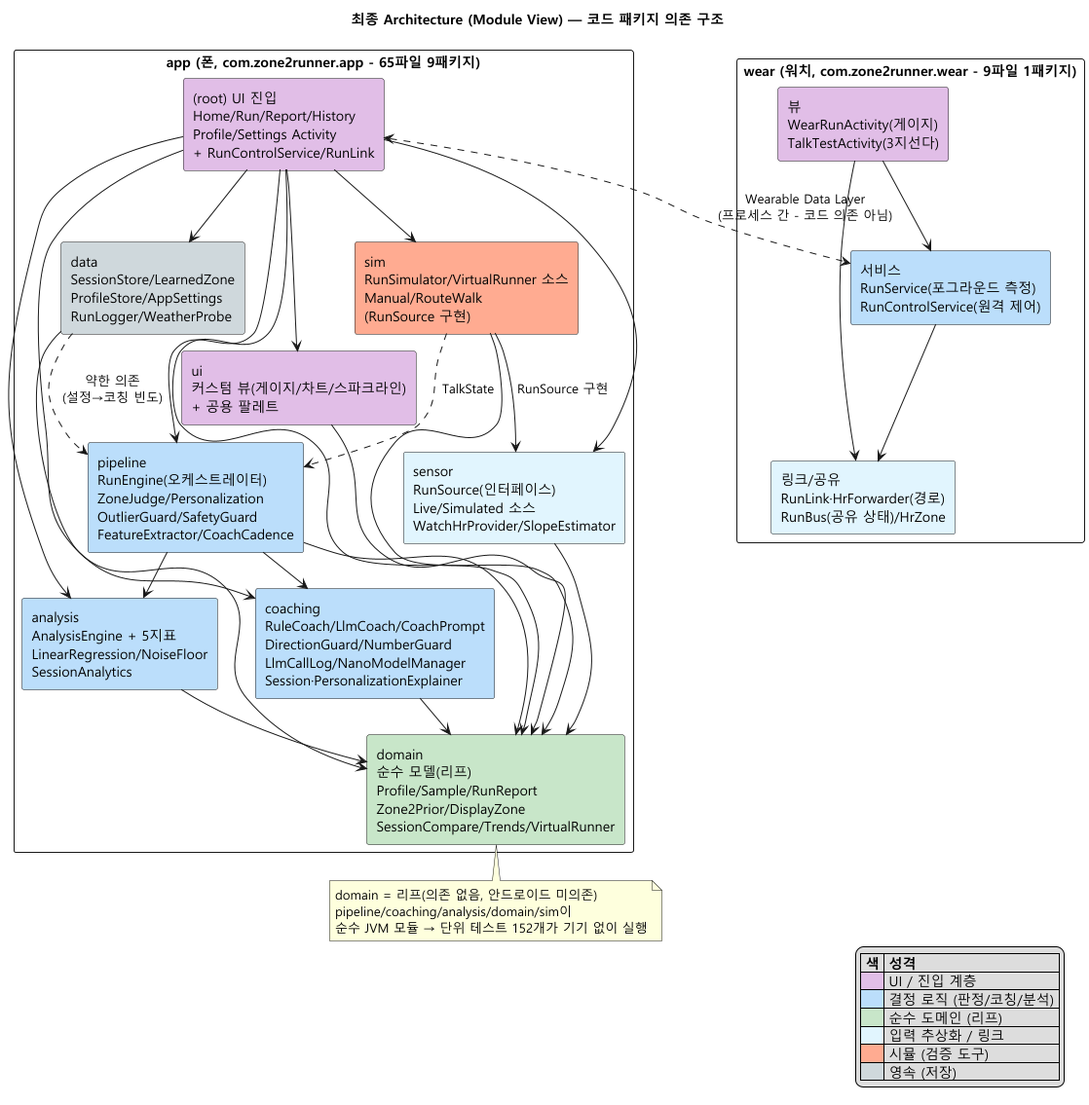
Above: arch/diagrams/04-module-view.png in tenyearslove/zone2runner (PlantUML), before the change.
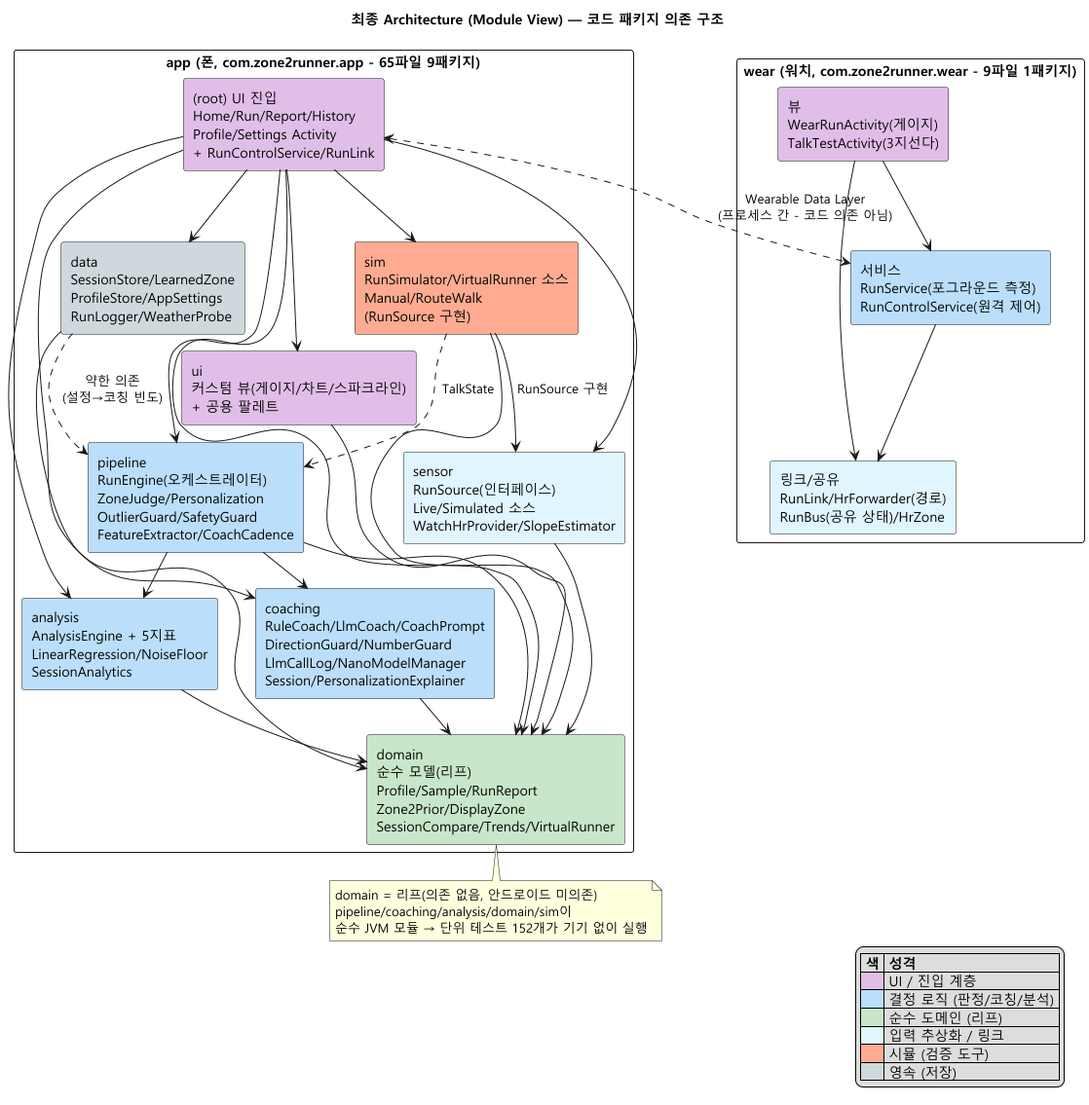
The same file after the commit.

What changed in the source:
```diff
@@ -11,7 +11,7 @@
   component "(root) UI 진입\nHome/Run/Report/History\nProfile/Settings Activity\n+ RunControlService/RunLink" as ROOT #E1BEE7
   component "ui\n커스텀 뷰(게이지/차트/스파크라인)\n+ 공용 팔레트" as UI #E1BEE7
   component "pipeline\nRunEngine(오케스트레이터)\nZoneJudge/Personalization\nOutlierGuard/SafetyGuard\nFeatureExtractor/CoachCadence" as PIPE #BBDEFB
-  component "coaching\nRuleCoach/LlmCoach/CoachPrompt\nDirectionGuard/NumberGuard\nLlmCallLog/NanoModelManager\nSession·PersonalizationExplainer" as COACH #BBDEFB
+  component "coaching\nRuleCoach/LlmCoach/CoachPrompt\nDirectionGuard/NumberGuard\nLlmCallLog/NanoModelManager\nSession/PersonalizationExplainer" as COACH #BBDEFB
   component "analysis\nAnalysisEngine + 5지표\nLinearRegression/NoiseFloor\nSessionAnalytics" as ANA #BBDEFB
   component "sensor\nRunSource(인터페이스)\nLive/Simulated 소스\nWatchHrProvider/SlopeEstimator" as SENSOR #E1F5FE
   component "sim\nRunSimulator/VirtualRunner 소스\nManual/RouteWalk\n(RunSource 구현)" as SIM #FFAB91
@@ -22,7 +22,7 @@
 package "wear (워치, com.zone2runner.wear - 9파일 1패키지)" {
   component "뷰\nWearRunActivity(게이지)\nTalkTestActivity(3지선다)" as WVIEW #E1BEE7
   component "서비스\nRunService(포그라운드 측정)\nRunControlService(원격 제어)" as WSVC #BBDEFB
-  component "링크/공유\nRunLink·HrForwarder(경로)\nRunBus(공유 상태)/HrZone" as WLINK #E1F5FE
+  component "링크/공유\nRunLink/HrForwarder(경로)\nRunBus(공유 상태)/HrZone" as WLINK #E1F5FE
 }
 
 ROOT --> PIPE
```
